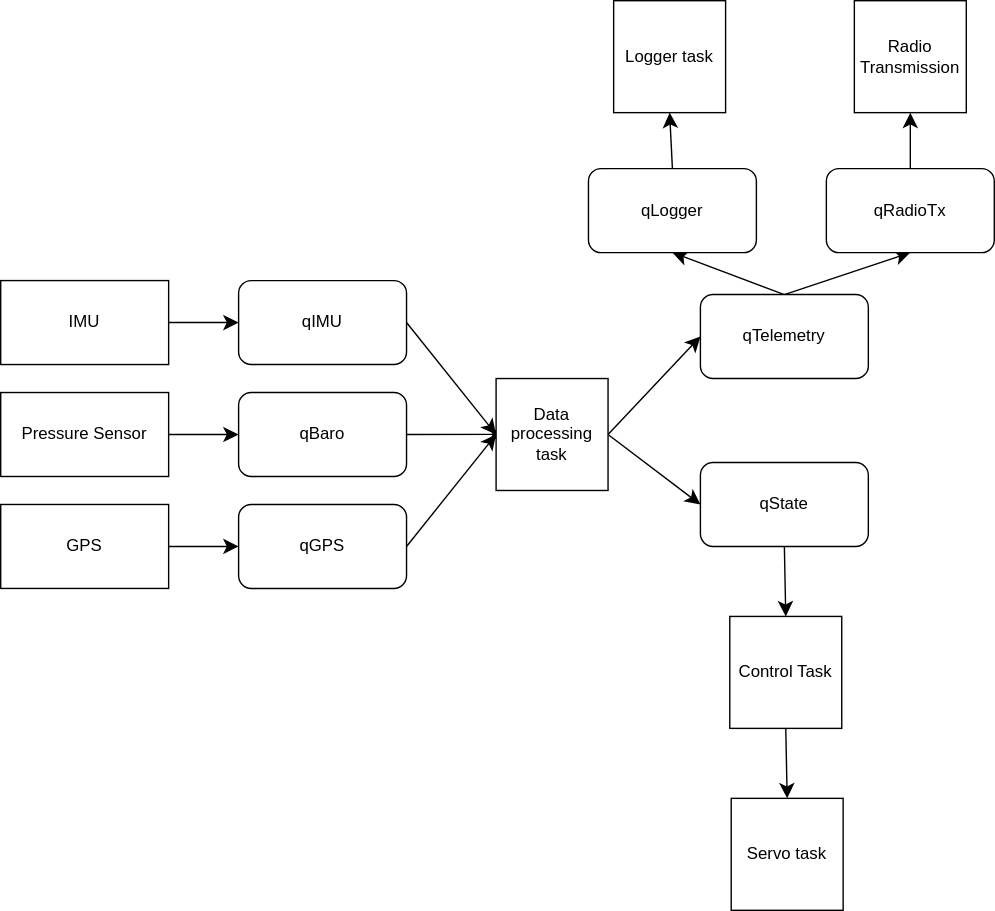
Earlier version of the draw.io export Images/architectureDraft.drawio.svg (currie04/Flight_Computer). Source tidied: cells renumbered, new cells last; positions are measured from the earlier drawing's top-left corner, leaving out a move shared by most shapes. The source it was exported from:
```xml
<mxGraphModel>
  <root>
    <mxCell id="0" />
    <mxCell id="1" parent="0" />
    <mxCell id="2" style="edgeStyle=none;curved=1;rounded=0;jettySize=auto;html=1;exitX=1;exitY=0.5;exitDx=0;exitDy=0;entryX=0;entryY=0.5;entryDx=0;entryDy=0;fontSize=12;startSize=8;endSize=8;" parent="1" edge="1" source="3" target="16">
      <mxGeometry relative="1" as="geometry" />
    </mxCell>
    <mxCell id="3" value="qIMU" style="rounded=1;whiteSpace=wrap;html=1;" parent="1" vertex="1">
      <mxGeometry x="170" y="200" width="120" height="60" as="geometry" />
    </mxCell>
    <mxCell id="4" style="edgeStyle=none;curved=1;rounded=0;jettySize=auto;html=1;exitX=1;exitY=0.5;exitDx=0;exitDy=0;fontSize=12;startSize=8;endSize=8;" parent="1" edge="1" source="5">
      <mxGeometry relative="1" as="geometry">
        <mxPoint x="360" y="309.9" as="targetPoint" />
      </mxGeometry>
    </mxCell>
    <mxCell id="5" value="qBaro" style="rounded=1;whiteSpace=wrap;html=1;" parent="1" vertex="1">
      <mxGeometry x="170" y="280" width="120" height="60" as="geometry" />
    </mxCell>
    <mxCell id="6" style="edgeStyle=none;curved=1;rounded=0;jettySize=auto;html=1;exitX=1;exitY=0.5;exitDx=0;exitDy=0;entryX=0;entryY=0.5;entryDx=0;entryDy=0;fontSize=12;startSize=8;endSize=8;" parent="1" edge="1" source="7" target="16">
      <mxGeometry relative="1" as="geometry" />
    </mxCell>
    <mxCell id="7" value="qGPS" style="rounded=1;whiteSpace=wrap;html=1;" parent="1" vertex="1">
      <mxGeometry x="170" y="360" width="120" height="60" as="geometry" />
    </mxCell>
    <mxCell id="8" style="edgeStyle=none;curved=1;rounded=0;jettySize=auto;html=1;exitX=1;exitY=0.5;exitDx=0;exitDy=0;entryX=0;entryY=0.5;entryDx=0;entryDy=0;fontSize=12;startSize=8;endSize=8;" parent="1" edge="1" source="9" target="3">
      <mxGeometry relative="1" as="geometry" />
    </mxCell>
    <mxCell id="9" value="IMU" style="rounded=0;whiteSpace=wrap;html=1;" parent="1" vertex="1">
      <mxGeometry y="200" width="120" height="60" as="geometry" />
    </mxCell>
    <mxCell id="10" style="edgeStyle=none;curved=1;rounded=0;jettySize=auto;html=1;exitX=1;exitY=0.5;exitDx=0;exitDy=0;entryX=0;entryY=0.5;entryDx=0;entryDy=0;fontSize=12;startSize=8;endSize=8;" parent="1" edge="1" source="11" target="5">
      <mxGeometry relative="1" as="geometry" />
    </mxCell>
    <mxCell id="11" value="Pressure Sensor" style="rounded=0;whiteSpace=wrap;html=1;" parent="1" vertex="1">
      <mxGeometry y="280" width="120" height="60" as="geometry" />
    </mxCell>
    <mxCell id="12" style="edgeStyle=none;curved=1;rounded=0;jettySize=auto;html=1;exitX=1;exitY=0.5;exitDx=0;exitDy=0;entryX=0;entryY=0.5;entryDx=0;entryDy=0;fontSize=12;startSize=8;endSize=8;" parent="1" edge="1" source="13" target="7">
      <mxGeometry relative="1" as="geometry" />
    </mxCell>
    <mxCell id="13" value="GPS" style="rounded=0;whiteSpace=wrap;html=1;" parent="1" vertex="1">
      <mxGeometry y="360" width="120" height="60" as="geometry" />
    </mxCell>
    <mxCell id="14" style="edgeStyle=none;curved=1;rounded=0;jettySize=auto;html=1;exitX=1;exitY=0.5;exitDx=0;exitDy=0;entryX=0;entryY=0.5;entryDx=0;entryDy=0;fontSize=12;startSize=8;endSize=8;" parent="1" edge="1" source="16" target="19">
      <mxGeometry relative="1" as="geometry" />
    </mxCell>
    <mxCell id="15" style="edgeStyle=none;curved=1;rounded=0;jettySize=auto;html=1;exitX=1;exitY=0.5;exitDx=0;exitDy=0;entryX=0;entryY=0.5;entryDx=0;entryDy=0;fontSize=12;startSize=8;endSize=8;" parent="1" edge="1" source="16" target="21">
      <mxGeometry relative="1" as="geometry" />
    </mxCell>
    <mxCell id="16" value="Data processing task" style="whiteSpace=wrap;html=1;" parent="1" vertex="1">
      <mxGeometry x="354" y="270" width="80" height="80" as="geometry" />
    </mxCell>
    <mxCell id="17" style="edgeStyle=none;curved=1;rounded=0;jettySize=auto;html=1;exitX=0.5;exitY=0;exitDx=0;exitDy=0;entryX=0.5;entryY=1;entryDx=0;entryDy=0;fontSize=12;startSize=8;endSize=8;" parent="1" edge="1" source="19" target="26">
      <mxGeometry relative="1" as="geometry" />
    </mxCell>
    <mxCell id="18" style="edgeStyle=none;curved=1;rounded=0;jettySize=auto;html=1;exitX=0.5;exitY=0;exitDx=0;exitDy=0;entryX=0.5;entryY=1;entryDx=0;entryDy=0;fontSize=12;startSize=8;endSize=8;" parent="1" edge="1" source="19" target="28">
      <mxGeometry relative="1" as="geometry" />
    </mxCell>
    <mxCell id="19" value="qTelemetry" style="rounded=1;whiteSpace=wrap;html=1;" parent="1" vertex="1">
      <mxGeometry x="500" y="210" width="120" height="60" as="geometry" />
    </mxCell>
    <mxCell id="20" style="edgeStyle=none;curved=1;rounded=0;jettySize=auto;html=1;exitX=0.5;exitY=1;exitDx=0;exitDy=0;entryX=0.5;entryY=0;entryDx=0;entryDy=0;fontSize=12;startSize=8;endSize=8;" parent="1" edge="1" source="21" target="23">
      <mxGeometry relative="1" as="geometry" />
    </mxCell>
    <mxCell id="21" value="qState" style="rounded=1;whiteSpace=wrap;html=1;" parent="1" vertex="1">
      <mxGeometry x="500" y="330" width="120" height="60" as="geometry" />
    </mxCell>
    <mxCell id="22" style="edgeStyle=none;curved=1;rounded=0;jettySize=auto;html=1;exitX=0.5;exitY=1;exitDx=0;exitDy=0;entryX=0.5;entryY=0;entryDx=0;entryDy=0;fontSize=12;startSize=8;endSize=8;" parent="1" edge="1" source="23" target="24">
      <mxGeometry relative="1" as="geometry" />
    </mxCell>
    <mxCell id="23" value="Control Task" style="whiteSpace=wrap;html=1;" parent="1" vertex="1">
      <mxGeometry x="521" y="440" width="80" height="80" as="geometry" />
    </mxCell>
    <mxCell id="24" value="Servo task" style="whiteSpace=wrap;html=1;" parent="1" vertex="1">
      <mxGeometry x="522" y="570" width="80" height="80" as="geometry" />
    </mxCell>
    <mxCell id="25" style="edgeStyle=none;curved=1;rounded=0;jettySize=auto;html=1;exitX=0.5;exitY=0;exitDx=0;exitDy=0;entryX=0.5;entryY=1;entryDx=0;entryDy=0;fontSize=12;startSize=8;endSize=8;" parent="1" edge="1" source="26" target="30">
      <mxGeometry relative="1" as="geometry" />
    </mxCell>
    <mxCell id="26" value="qLogger" style="rounded=1;whiteSpace=wrap;html=1;" parent="1" vertex="1">
      <mxGeometry x="420" y="120" width="120" height="60" as="geometry" />
    </mxCell>
    <mxCell id="27" style="edgeStyle=none;curved=1;rounded=0;jettySize=auto;html=1;exitX=0.5;exitY=0;exitDx=0;exitDy=0;entryX=0.5;entryY=1;entryDx=0;entryDy=0;fontSize=12;startSize=8;endSize=8;" parent="1" edge="1" source="28" target="29">
      <mxGeometry relative="1" as="geometry" />
    </mxCell>
    <mxCell id="28" value="qRadioTx" style="rounded=1;whiteSpace=wrap;html=1;" parent="1" vertex="1">
      <mxGeometry x="590" y="120" width="120" height="60" as="geometry" />
    </mxCell>
    <mxCell id="29" value="Radio Transmission" style="whiteSpace=wrap;html=1;" parent="1" vertex="1">
      <mxGeometry x="610" width="80" height="80" as="geometry" />
    </mxCell>
    <mxCell id="30" value="Logger task" style="whiteSpace=wrap;html=1;" parent="1" vertex="1">
      <mxGeometry x="438" width="80" height="80" as="geometry" />
    </mxCell>
  </root>
</mxGraphModel>
```
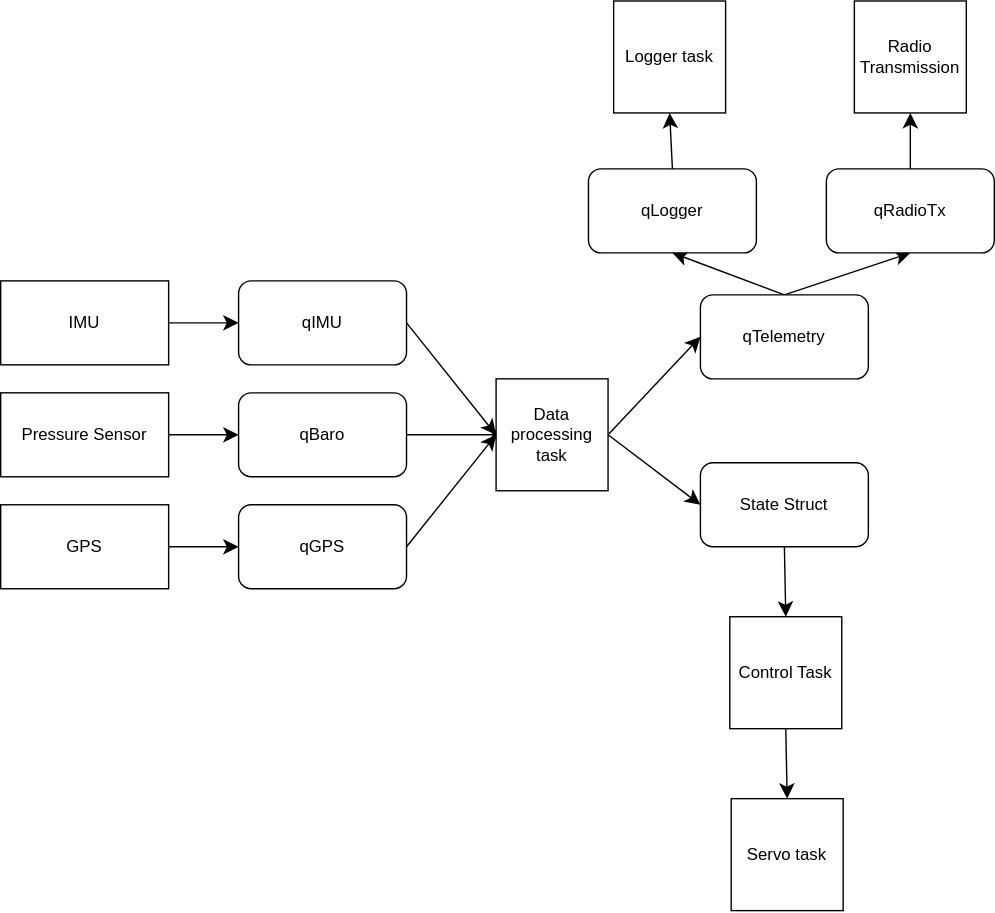
The same diagram one commit later.

Commit message:
Update: changed state queue to a struct

The edit, as a diff of the source:
```diff
@@ -61,7 +61,7 @@
     <mxCell id="20" style="edgeStyle=none;curved=1;rounded=0;jettySize=auto;html=1;exitX=0.5;exitY=1;exitDx=0;exitDy=0;entryX=0.5;entryY=0;entryDx=0;entryDy=0;fontSize=12;startSize=8;endSize=8;" parent="1" edge="1" source="21" target="23">
       <mxGeometry relative="1" as="geometry" />
     </mxCell>
-    <mxCell id="21" value="qState" style="rounded=1;whiteSpace=wrap;html=1;" parent="1" vertex="1">
+    <mxCell id="21" value="State Struct" style="rounded=1;whiteSpace=wrap;html=1;" parent="1" vertex="1">
       <mxGeometry x="500" y="330" width="120" height="60" as="geometry" />
     </mxCell>
     <mxCell id="22" style="edgeStyle=none;curved=1;rounded=0;jettySize=auto;html=1;exitX=0.5;exitY=1;exitDx=0;exitDy=0;entryX=0.5;entryY=0;entryDx=0;entryDy=0;fontSize=12;startSize=8;endSize=8;" parent="1" edge="1" source="23" target="24">
```
